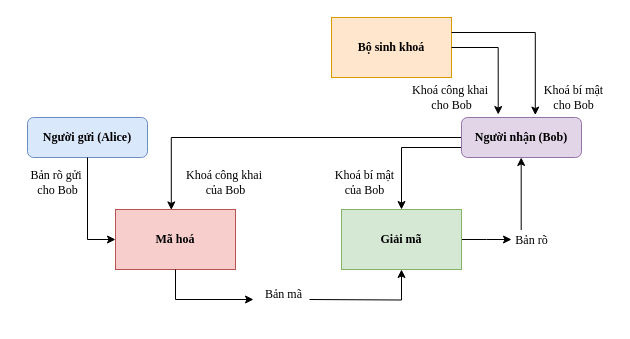
Before: PKE.drawio in huyle84/diagrams, a draw.io diagram. Source tidied: cells renumbered, new cells numbered last; positions are measured from the earlier drawing's top-left corner, leaving out a move shared by most shapes. Both pictures are drawn from the tidied source at 100%, with x=0, y=0 at pixel (17, 17).
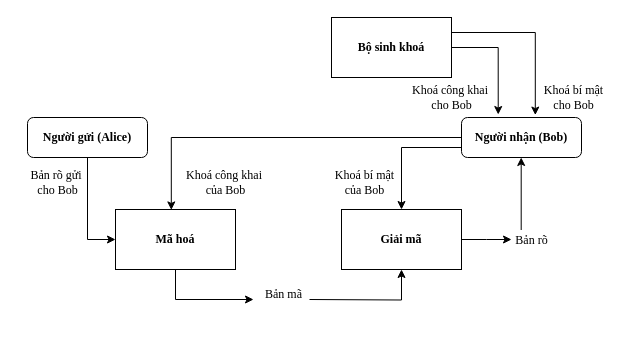
After the change.

What changed in the source:
```diff
@@
-    <mxCell id="2" value="&lt;b&gt;&lt;font face=&quot;Times New Roman&quot;&gt;Mã hoá&lt;/font&gt;&lt;/b&gt;" style="rounded=0;whiteSpace=wrap;html=1;fillColor=#f8cecc;strokeColor=#b85450;" parent="1" vertex="1">
+    <mxCell id="2" value="&lt;b&gt;&lt;font face=&quot;Times New Roman&quot;&gt;Mã hoá&lt;/font&gt;&lt;/b&gt;" style="rounded=0;whiteSpace=wrap;html=1;" parent="1" vertex="1">
       <mxGeometry x="98" y="192" width="120" height="60" as="geometry" />
     </mxCell>
@@
-    <mxCell id="4" value="&lt;font face=&quot;Times New Roman&quot;&gt;&lt;b&gt;Giải mã&lt;/b&gt;&lt;/font&gt;" style="rounded=0;whiteSpace=wrap;html=1;fillColor=#d5e8d4;strokeColor=#82b366;" parent="1" vertex="1">
+    <mxCell id="4" value="&lt;font face=&quot;Times New Roman&quot;&gt;&lt;b&gt;Giải mã&lt;/b&gt;&lt;/font&gt;" style="rounded=0;whiteSpace=wrap;html=1;" parent="1" vertex="1">
       <mxGeometry x="324" y="192" width="120" height="60" as="geometry" />
     </mxCell>
@@
-    <mxCell id="6" value="&lt;font face=&quot;Times New Roman&quot;&gt;Bộ sinh khoá&lt;/font&gt;" style="rounded=0;whiteSpace=wrap;html=1;fillColor=#ffe6cc;strokeColor=#d79b00;fontStyle=1;" parent="1" vertex="1">
+    <mxCell id="6" value="&lt;font face=&quot;Times New Roman&quot;&gt;Bộ sinh khoá&lt;/font&gt;" style="rounded=0;whiteSpace=wrap;html=1;fontStyle=1;" parent="1" vertex="1">
       <mxGeometry x="314" width="120" height="60" as="geometry" />
     </mxCell>
@@
-    <mxCell id="14" value="&lt;font face=&quot;Times New Roman&quot;&gt;Người gửi (Alice)&lt;/font&gt;" style="rounded=1;whiteSpace=wrap;html=1;fontStyle=1;fillColor=#dae8fc;strokeColor=#6c8ebf;" parent="1" vertex="1">
+    <mxCell id="14" value="&lt;font face=&quot;Times New Roman&quot;&gt;Người gửi (Alice)&lt;/font&gt;" style="rounded=1;whiteSpace=wrap;html=1;fontStyle=1;" parent="1" vertex="1">
       <mxGeometry x="10" y="100" width="120" height="40" as="geometry" />
     </mxCell>
@@
-    <mxCell id="16" value="&lt;font face=&quot;Times New Roman&quot;&gt;Người nhận (Bob)&lt;/font&gt;" style="rounded=1;whiteSpace=wrap;html=1;fontStyle=1;fillColor=#e1d5e7;strokeColor=#9673a6;" parent="1" vertex="1">
+    <mxCell id="16" value="&lt;font face=&quot;Times New Roman&quot;&gt;Người nhận (Bob)&lt;/font&gt;" style="rounded=1;whiteSpace=wrap;html=1;fontStyle=1;" parent="1" vertex="1">
       <mxGeometry x="444" y="100" width="120" height="40" as="geometry" />
     </mxCell>
```
